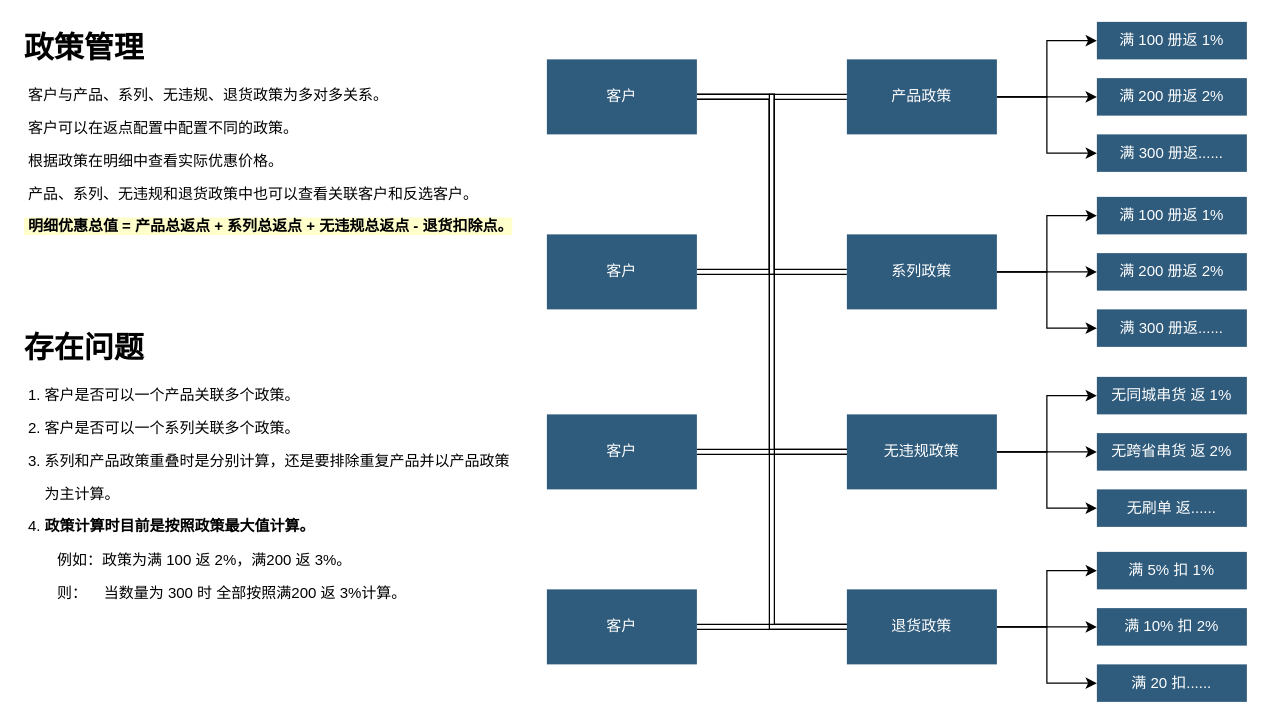
xiaoming728/draw keeps this draw.io diagram as 孟建平图书.drawio. Above is the earlier version. Source tidied: cells renumbered, new cells numbered last; positions are measured from the earlier drawing's top-left corner, leaving out a move shared by most shapes. Both pictures are drawn from the tidied source at 125%, with x=0, y=0 at pixel (21, 21).
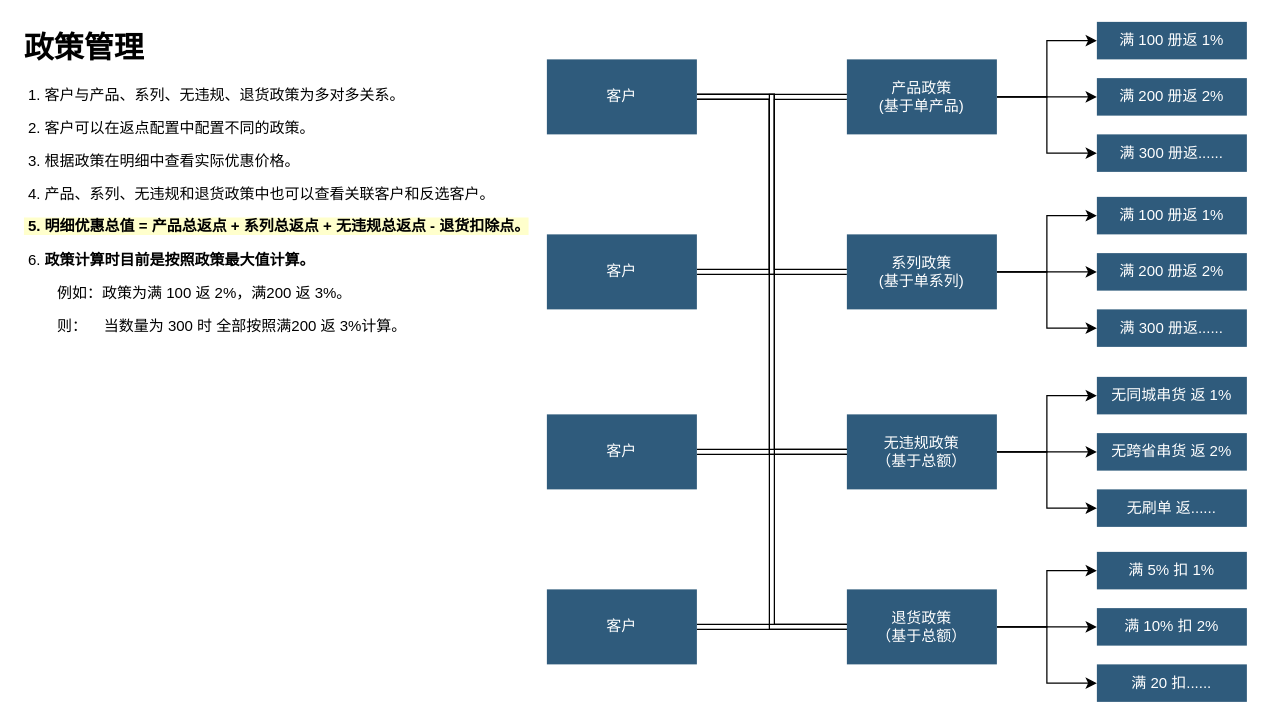
After the change.

Commit message (it also covers changes not shown here):
更新孟建平图书.drawio

Diff of the diagram source:
```diff
@@
-    <mxCell id="10" value="产品政策" style="whiteSpace=wrap;shadow=0;fontColor=#FFFFFF;fontFamily=Helvetica;fontStyle=0;html=1;fontSize=12;plain-purple;strokeColor=none;fillColor=#2f5b7c;gradientColor=none;spacing=6;verticalAlign=middle;" parent="1" vertex="1">
+    <mxCell id="10" value="产品政策&lt;div&gt;(基于单产品)&lt;/div&gt;" style="whiteSpace=wrap;shadow=0;fontColor=#FFFFFF;fontFamily=Helvetica;fontStyle=0;html=1;fontSize=12;plain-purple;strokeColor=none;fillColor=#2f5b7c;gradientColor=none;spacing=6;verticalAlign=middle;" parent="1" vertex="1">
       <mxGeometry x="660" y="30" width="120" height="60" as="geometry" />
     </mxCell>
@@
-    <mxCell id="14" value="系列政策" style="whiteSpace=wrap;shadow=0;fontColor=#FFFFFF;fontFamily=Helvetica;fontStyle=0;html=1;fontSize=12;plain-purple;strokeColor=none;fillColor=#2f5b7c;gradientColor=none;spacing=6;verticalAlign=middle;" parent="1" vertex="1">
+    <mxCell id="14" value="系列政策&lt;div&gt;(基于单系列)&lt;/div&gt;" style="whiteSpace=wrap;shadow=0;fontColor=#FFFFFF;fontFamily=Helvetica;fontStyle=0;html=1;fontSize=12;plain-purple;strokeColor=none;fillColor=#2f5b7c;gradientColor=none;spacing=6;verticalAlign=middle;" parent="1" vertex="1">
       <mxGeometry x="660" y="170" width="120" height="60" as="geometry" />
     </mxCell>
@@
-    <mxCell id="18" value="无违规政策" style="whiteSpace=wrap;shadow=0;fontColor=#FFFFFF;fontFamily=Helvetica;fontStyle=0;html=1;fontSize=12;plain-purple;strokeColor=none;fillColor=#2f5b7c;gradientColor=none;spacing=6;verticalAlign=middle;" parent="1" vertex="1">
+    <mxCell id="18" value="无违规政策&lt;div&gt;（基于总额）&lt;/div&gt;" style="whiteSpace=wrap;shadow=0;fontColor=#FFFFFF;fontFamily=Helvetica;fontStyle=0;html=1;fontSize=12;plain-purple;strokeColor=none;fillColor=#2f5b7c;gradientColor=none;spacing=6;verticalAlign=middle;" parent="1" vertex="1">
       <mxGeometry x="660" y="314" width="120" height="60" as="geometry" />
     </mxCell>
@@
-    <mxCell id="22" value="退货政策" style="whiteSpace=wrap;shadow=0;fontColor=#FFFFFF;fontFamily=Helvetica;fontStyle=0;html=1;fontSize=12;plain-purple;strokeColor=none;fillColor=#2f5b7c;gradientColor=none;spacing=6;verticalAlign=middle;" parent="1" vertex="1">
+    <mxCell id="22" value="退货政策&lt;div&gt;（基于总额）&lt;/div&gt;" style="whiteSpace=wrap;shadow=0;fontColor=#FFFFFF;fontFamily=Helvetica;fontStyle=0;html=1;fontSize=12;plain-purple;strokeColor=none;fillColor=#2f5b7c;gradientColor=none;spacing=6;verticalAlign=middle;" parent="1" vertex="1">
       <mxGeometry x="660" y="454" width="120" height="60" as="geometry" />
     </mxCell>
@@
-    <mxCell id="41" value="&lt;h1 style=&quot;margin-top: 0px;&quot;&gt;政策管理&lt;/h1&gt;&lt;p&gt;&amp;nbsp;客户与产品、系列、无违规、退货政策为多对多关系。&lt;/p&gt;&lt;p&gt;&lt;span style=&quot;background-color: initial;&quot;&gt;&amp;nbsp;客户可以在返点配置中配置不同的政策。&lt;/span&gt;&lt;/p&gt;&lt;p&gt;&lt;span style=&quot;background-color: initial;&quot;&gt;&amp;nbsp;根据政策在明细中查看实际优惠价格。&lt;/span&gt;&lt;/p&gt;&lt;p&gt;&lt;span style=&quot;background-color: initial;&quot;&gt;&amp;nbsp;产品、系列、无违规和退货政策中也可以查看关联客户和反选&lt;/span&gt;&lt;span style=&quot;background-color: initial;&quot;&gt;客户。&lt;/span&gt;&lt;/p&gt;&lt;p&gt;&lt;b style=&quot;background-color: rgb(255, 255, 204);&quot;&gt;&amp;nbsp;明细优惠总值 = 产品总返点 + 系列总返点 + 无违规总返点 - 退货扣除点。&lt;/b&gt;&lt;/p&gt;&lt;p&gt;&lt;br&gt;&lt;/p&gt;" style="text;html=1;whiteSpace=wrap;overflow=hidden;rounded=0;" parent="1" vertex="1">
-      <mxGeometry width="420" height="210" as="geometry" />
+    <mxCell id="41" value="&lt;h1 style=&quot;margin-top: 0px;&quot;&gt;政策管理&lt;/h1&gt;&lt;p&gt;&amp;nbsp;1. 客户与产品、系列、无违规、退货政策为多对多关系。&lt;/p&gt;&lt;p&gt;&lt;span style=&quot;background-color: initial;&quot;&gt;&amp;nbsp;2. 客户可以在返点配置中配置不同的政策。&lt;/span&gt;&lt;/p&gt;&lt;p&gt;&lt;span style=&quot;background-color: initial;&quot;&gt;&amp;nbsp;3. 根据政策在明细中查看实际优惠价格。&lt;/span&gt;&lt;/p&gt;&lt;p&gt;&lt;span style=&quot;background-color: initial;&quot;&gt;&amp;nbsp;4. 产品、系列、无违规和退货政策中也可以查看关联客户和反选&lt;/span&gt;&lt;span style=&quot;background-color: initial;&quot;&gt;客户。&lt;/span&gt;&lt;/p&gt;&lt;p&gt;&lt;b style=&quot;background-color: rgb(255, 255, 204);&quot;&gt;&amp;nbsp;5. 明细优惠总值 = 产品总返点 + 系列总返点 + 无违规总返点 - 退货扣除点。&lt;/b&gt;&lt;/p&gt;&lt;p&gt;&amp;nbsp;6.&amp;nbsp;&lt;b&gt;政策计算时目前是按照政策最大值计算。&lt;/b&gt;&lt;/p&gt;&lt;p&gt;&lt;span style=&quot;white-space: pre;&quot;&gt;&#9;&lt;/span&gt;例如：政策为满 100 返 2%，满200 返 3%。&lt;/p&gt;&lt;p&gt;&lt;span style=&quot;white-space: pre;&quot;&gt;&#9;&lt;/span&gt;则：&amp;nbsp; &amp;nbsp; 当数量为 300 时 全部按照&lt;span style=&quot;background-color: initial;&quot;&gt;满200 返 3%计算。&lt;/span&gt;&lt;/p&gt;" style="text;html=1;whiteSpace=wrap;overflow=hidden;rounded=0;" parent="1" vertex="1">
+      <mxGeometry width="420" height="390" as="geometry" />
     </mxCell>
-    <mxCell id="42" value="&lt;h1 style=&quot;margin-top: 0px;&quot;&gt;存在问题&lt;/h1&gt;&lt;p&gt;&amp;nbsp;1. 客户是否可以一个产品关联多个政策。&lt;/p&gt;&lt;p&gt;&amp;nbsp;2. 客户是否可以一个系列关联多个政策。&lt;/p&gt;&lt;p&gt;&amp;nbsp;3. 系列和产品政策重叠时是分别计算，还是要排除重复产品并以产品政策&lt;/p&gt;&lt;p&gt;&amp;nbsp; &amp;nbsp; &amp;nbsp;为主计算。&lt;/p&gt;&lt;p&gt;&amp;nbsp;4. &lt;b&gt;政策计算时目前是按照政策最大值计算。&lt;/b&gt;&lt;/p&gt;&lt;p&gt;&lt;span style=&quot;white-space: pre;&quot;&gt;&#9;&lt;/span&gt;例如：政策为满 100 返 2%，满200 返 3%。&lt;/p&gt;&lt;p&gt;&lt;span style=&quot;white-space: pre;&quot;&gt;&#9;&lt;/span&gt;则：&amp;nbsp; &amp;nbsp; 当数量为 300 时 全部按照&lt;span style=&quot;background-color: initial;&quot;&gt;满200 返 3%计算。&lt;/span&gt;&lt;br&gt;&lt;/p&gt;&lt;p&gt;&lt;br&gt;&lt;/p&gt;" style="text;html=1;whiteSpace=wrap;overflow=hidden;rounded=0;" parent="1" vertex="1">
-      <mxGeometry y="240" width="420" height="260" as="geometry" />
-    </mxCell>
```
